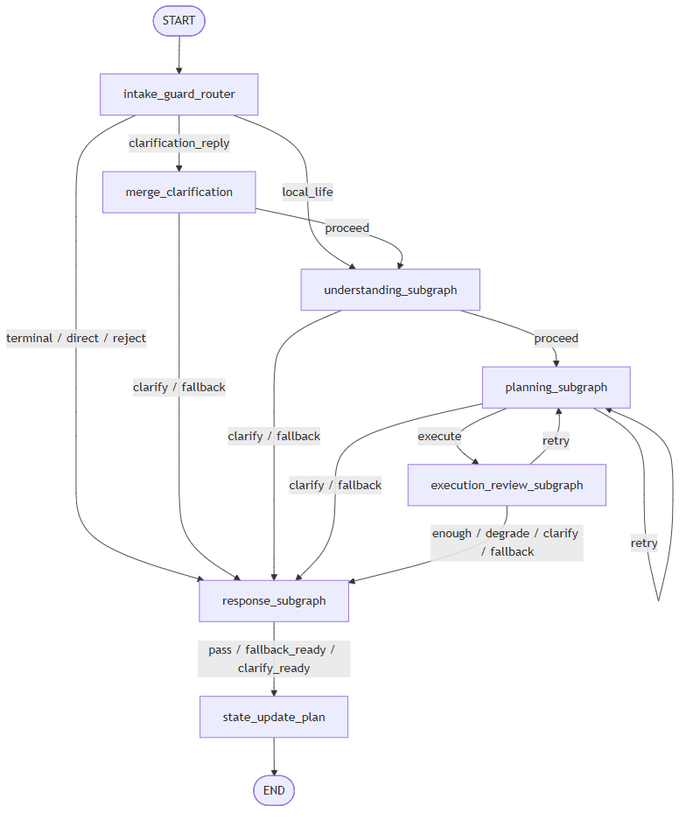
The Mermaid diagram arc/00_main.png in leo514937/ai-agent, before a commit. Its source is kept beside it as arc/00_main.mmd.
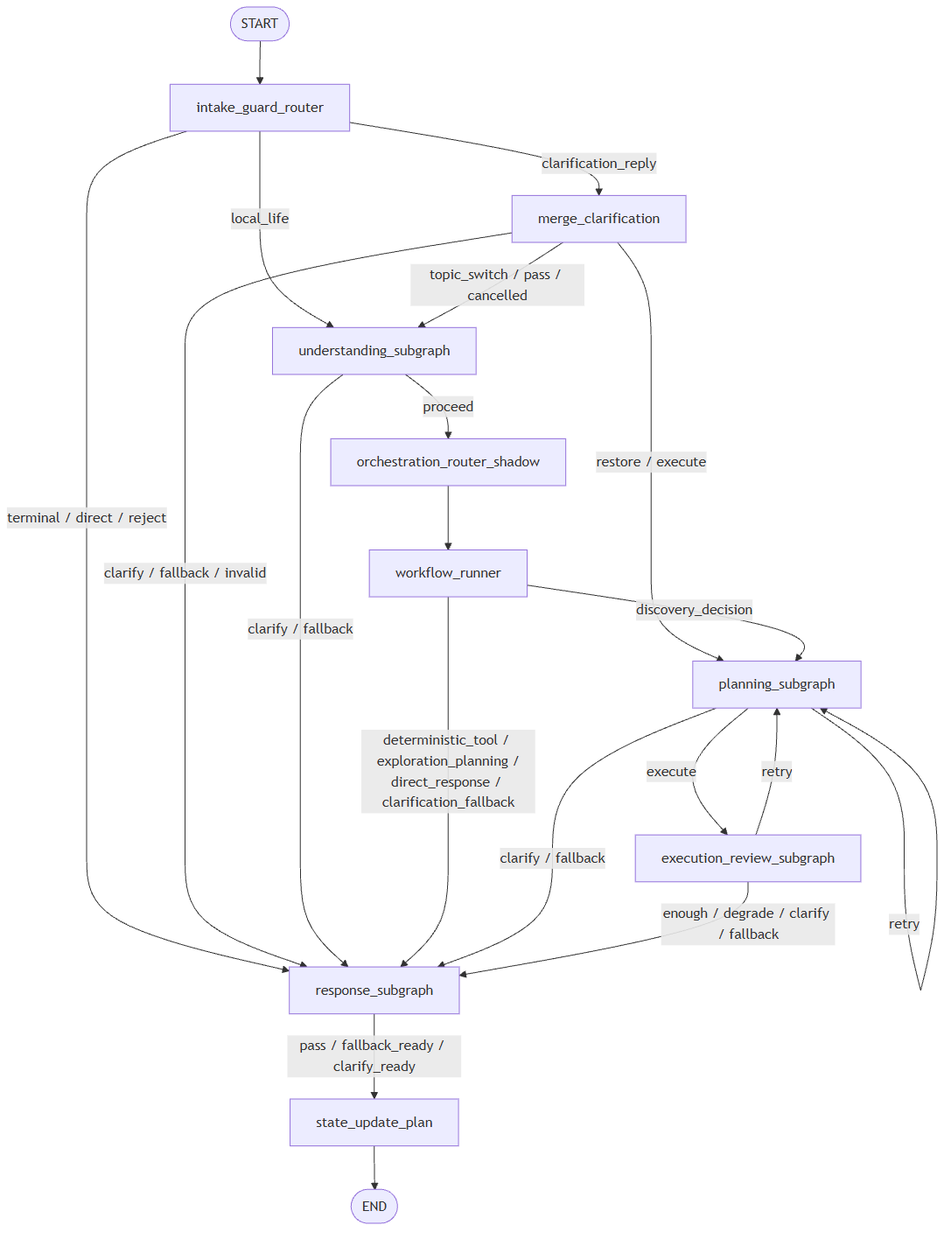
The same diagram one commit later.

Change to the diagram source:
```diff
@@ -5,11 +5,17 @@
     IGR -->|clarification_reply| MC[merge_clarification]
     IGR -->|local_life| US[understanding_subgraph]
 
-    MC -->|proceed| US
-    MC -->|clarify / fallback| RESP
+    MC -->|restore / execute| PS[planning_subgraph]
+    MC -->|topic_switch / pass / cancelled| US
+    MC -->|clarify / fallback / invalid| RESP
 
-    US -->|proceed| PS[planning_subgraph]
+    US -->|proceed| ORS[orchestration_router_shadow]
     US -->|clarify / fallback| RESP
+
+    ORS --> WR[workflow_runner]
+
+    WR -->|discovery_decision| PS
+    WR -->|deterministic_tool / exploration_planning /<br>direct_response / clarification_fallback| RESP
 
     PS -->|execute| ERS[execution_review_subgraph]
     PS -->|clarify / fallback| RESP
```
